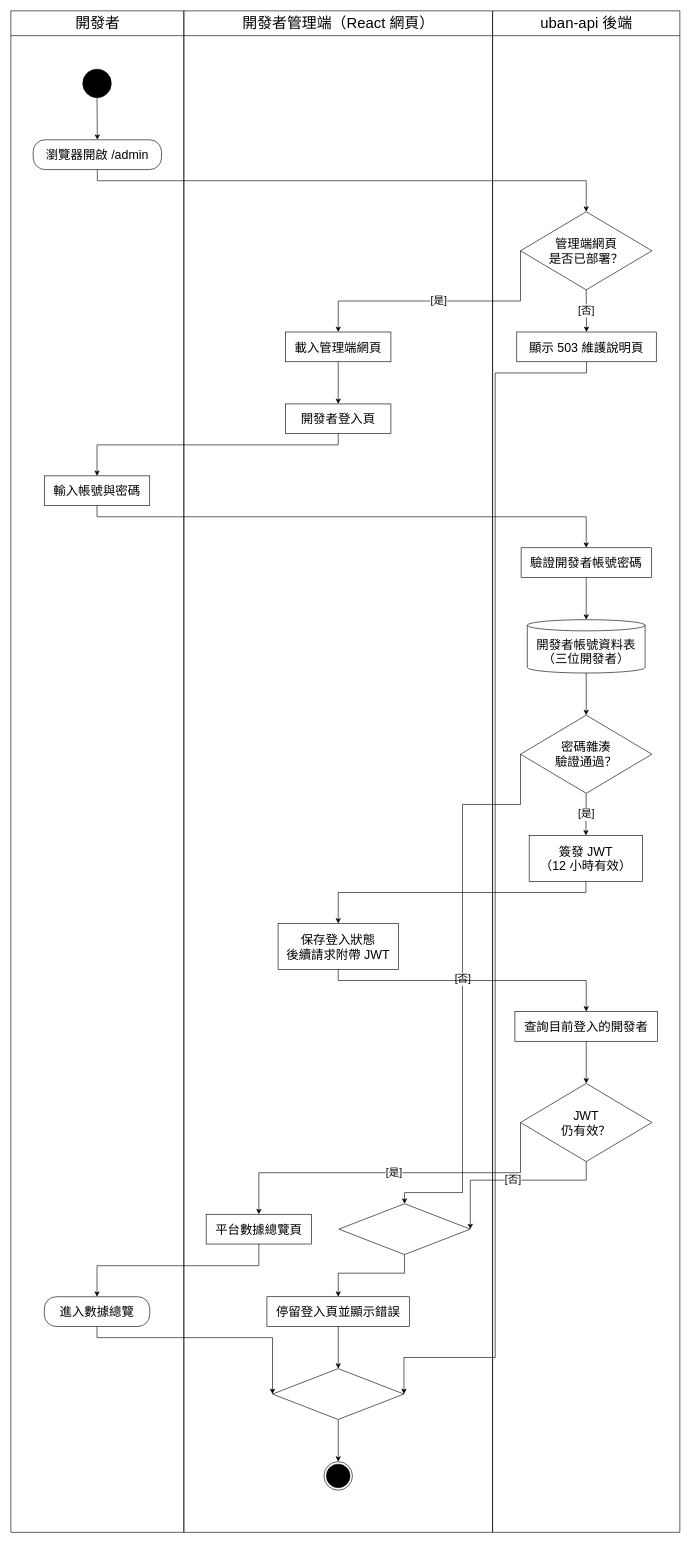
HuangYu-Kai/Uban keeps this draw.io diagram as Uban System Documents/drawio圖/A23-開發者登入.drawio. Above is the earlier version. Source tidied: cells renumbered, new cells numbered last; positions are measured from the earlier drawing's top-left corner, leaving out a move shared by most shapes. Both pictures are drawn from the tidied source at 62%, with x=0, y=0 at pixel (11, 11).
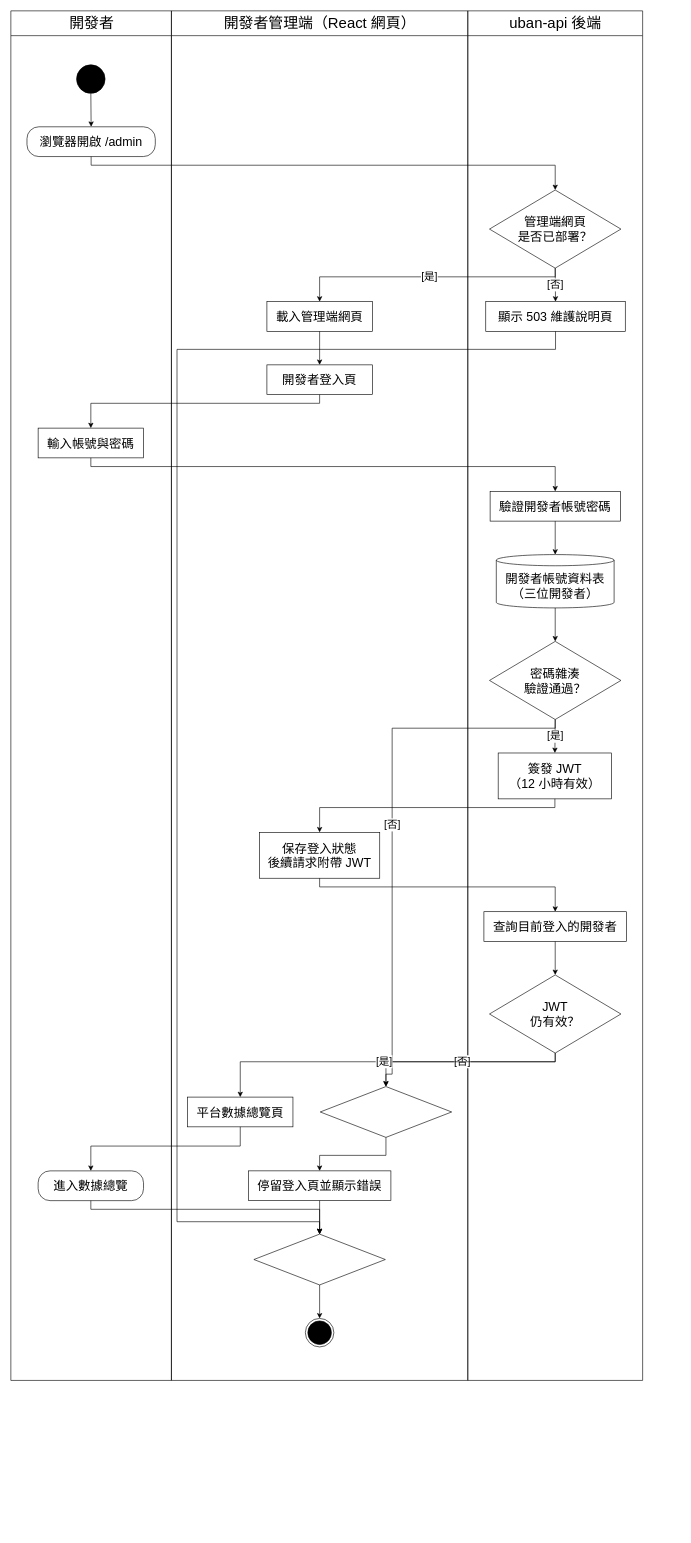
The same page after the edit.

The edit, as a diff of the source:
```diff
@@
     <mxCell id="2" value="開發者" style="swimlane;html=1;horizontal=1;startSize=40;fillColor=none;strokeColor=#000000;fontSize=24;fontColor=#000000;fontStyle=0;swimlaneFillColor=none;" parent="1" vertex="1">
-      <mxGeometry width="279" height="2454" as="geometry" />
+      <mxGeometry width="259" height="2209" as="geometry" />
     </mxCell>
     <mxCell id="3" value="開發者管理端（React 網頁）" style="swimlane;html=1;horizontal=1;startSize=40;fillColor=none;strokeColor=#000000;fontSize=24;fontColor=#000000;fontStyle=0;swimlaneFillColor=none;" parent="1" vertex="1">
-      <mxGeometry x="279" width="498" height="2454" as="geometry" />
+      <mxGeometry x="259" width="478" height="2209" as="geometry" />
     </mxCell>
     <mxCell id="4" value="uban-api 後端" style="swimlane;html=1;horizontal=1;startSize=40;fillColor=none;strokeColor=#000000;fontSize=24;fontColor=#000000;fontStyle=0;swimlaneFillColor=none;" parent="1" vertex="1">
-      <mxGeometry x="777" width="302" height="2454" as="geometry" />
+      <mxGeometry x="737" width="282" height="2209" as="geometry" />
     </mxCell>
     <mxCell id="5" style="ellipse;html=1;fillColor=#000000;strokeColor=#000000;" parent="2" vertex="1">
-      <mxGeometry x="116" y="94" width="46" height="46" as="geometry" />
+      <mxGeometry x="106" y="87" width="46" height="46" as="geometry" />
     </mxCell>
     <mxCell id="6" value="瀏覽器開啟 /admin" style="rounded=1;arcSize=40;whiteSpace=wrap;html=1;fillColor=#FFFFFF;strokeColor=#000000;fontSize=20;fontColor=#000000;" parent="2" vertex="1">
-      <mxGeometry x="36" y="208" width="207" height="48" as="geometry" />
+      <mxGeometry x="26" y="187" width="207" height="48" as="geometry" />
     </mxCell>
     <mxCell id="7" value="輸入帳號與密碼" style="rounded=0;whiteSpace=wrap;html=1;fillColor=#FFFFFF;strokeColor=#000000;fontSize=20;fontColor=#000000;" parent="2" vertex="1">
-      <mxGeometry x="54" y="750" width="170" height="48" as="geometry" />
+      <mxGeometry x="44" y="673" width="170" height="48" as="geometry" />
     </mxCell>
     <mxCell id="8" value="進入數據總覽" style="rounded=1;arcSize=40;whiteSpace=wrap;html=1;fillColor=#FFFFFF;strokeColor=#000000;fontSize=20;fontColor=#000000;" parent="2" vertex="1">
-      <mxGeometry x="54" y="2074" width="170" height="48" as="geometry" />
+      <mxGeometry x="44" y="1871" width="170" height="48" as="geometry" />
     </mxCell>
     <mxCell id="9" value="載入管理端網頁" style="rounded=0;whiteSpace=wrap;html=1;fillColor=#FFFFFF;strokeColor=#000000;fontSize=20;fontColor=#000000;" parent="3" vertex="1">
-      <mxGeometry x="164" y="518" width="170" height="48" as="geometry" />
+      <mxGeometry x="154" y="469" width="170" height="48" as="geometry" />
     </mxCell>
     <mxCell id="10" value="開發者登入頁" style="rounded=0;whiteSpace=wrap;html=1;fillColor=#FFFFFF;strokeColor=#000000;fontSize=20;fontColor=#000000;" parent="3" vertex="1">
-      <mxGeometry x="164" y="634" width="170" height="48" as="geometry" />
+      <mxGeometry x="154" y="571" width="170" height="48" as="geometry" />
     </mxCell>
     <mxCell id="11" value="保存登入狀態&lt;br&gt;後續請求附帶 JWT" style="rounded=0;whiteSpace=wrap;html=1;fillColor=#FFFFFF;strokeColor=#000000;fontSize=20;fontColor=#000000;" parent="3" vertex="1">
-      <mxGeometry x="152" y="1472" width="194" height="74" as="geometry" />
+      <mxGeometry x="142" y="1325" width="194" height="74" as="geometry" />
     </mxCell>
     <mxCell id="12" value="停留登入頁並顯示錯誤" style="rounded=0;whiteSpace=wrap;html=1;fillColor=#FFFFFF;strokeColor=#000000;fontSize=20;fontColor=#000000;" parent="3" vertex="1">
-      <mxGeometry x="134" y="2074" width="230" height="48" as="geometry" />
+      <mxGeometry x="124" y="1871" width="230" height="48" as="geometry" />
     </mxCell>
     <mxCell id="13" value="平台數據總覽頁" style="rounded=0;whiteSpace=wrap;html=1;fillColor=#FFFFFF;strokeColor=#000000;fontSize=20;fontColor=#000000;" parent="3" vertex="1">
-      <mxGeometry x="36" y="1941" width="170" height="48" as="geometry" />
+      <mxGeometry x="26" y="1752" width="170" height="48" as="geometry" />
     </mxCell>
     <mxCell id="14" style="rhombus;whiteSpace=wrap;html=1;fillColor=#FFFFFF;strokeColor=#000000;fontSize=20;fontColor=#000000;" parent="3" vertex="1">
-      <mxGeometry x="250" y="1924" width="212" height="82" as="geometry" />
+      <mxGeometry x="240" y="1735" width="212" height="82" as="geometry" />
     </mxCell>
     <mxCell id="15" style="rhombus;whiteSpace=wrap;html=1;fillColor=#FFFFFF;strokeColor=#000000;fontSize=20;fontColor=#000000;" parent="3" vertex="1">
-      <mxGeometry x="143" y="2190" width="212" height="82" as="geometry" />
+      <mxGeometry x="133" y="1973" width="212" height="82" as="geometry" />
     </mxCell>
     <mxCell id="16" style="ellipse;html=1;shape=endState;fillColor=#000000;strokeColor=#000000;" parent="3" vertex="1">
-      <mxGeometry x="226" y="2340" width="46" height="46" as="geometry" />
+      <mxGeometry x="216" y="2109" width="46" height="46" as="geometry" />
     </mxCell>
     <mxCell id="17" value="管理端網頁&lt;br&gt;是否已部署？" style="rhombus;whiteSpace=wrap;html=1;fillColor=#FFFFFF;strokeColor=#000000;fontSize=20;fontColor=#000000;" parent="4" vertex="1">
-      <mxGeometry x="45" y="324" width="212" height="126" as="geometry" />
+      <mxGeometry x="35" y="289" width="212" height="126" as="geometry" />
     </mxCell>
     <mxCell id="18" value="顯示 503 維護說明頁" style="rounded=0;whiteSpace=wrap;html=1;fillColor=#FFFFFF;strokeColor=#000000;fontSize=20;fontColor=#000000;" parent="4" vertex="1">
-      <mxGeometry x="39" y="518" width="225" height="48" as="geometry" />
+      <mxGeometry x="29" y="469" width="225" height="48" as="geometry" />
     </mxCell>
     <mxCell id="19" value="驗證開發者帳號密碼" style="rounded=0;whiteSpace=wrap;html=1;fillColor=#FFFFFF;strokeColor=#000000;fontSize=20;fontColor=#000000;" parent="4" vertex="1">
-      <mxGeometry x="46" y="866" width="210" height="48" as="geometry" />
+      <mxGeometry x="36" y="775" width="210" height="48" as="geometry" />
     </mxCell>
     <mxCell id="20" value="密碼雜湊&lt;br&gt;驗證通過？" style="rhombus;whiteSpace=wrap;html=1;fillColor=#FFFFFF;strokeColor=#000000;fontSize=20;fontColor=#000000;" parent="4" vertex="1">
-      <mxGeometry x="45" y="1136" width="212" height="126" as="geometry" />
+      <mxGeometry x="35" y="1017" width="212" height="126" as="geometry" />
     </mxCell>
     <mxCell id="21" value="簽發 JWT&lt;br&gt;（12 小時有效）" style="rounded=0;whiteSpace=wrap;html=1;fillColor=#FFFFFF;strokeColor=#000000;fontSize=20;fontColor=#000000;" parent="4" vertex="1">
-      <mxGeometry x="59" y="1330" width="183" height="74" as="geometry" />
+      <mxGeometry x="49" y="1197" width="183" height="74" as="geometry" />
     </mxCell>
     <mxCell id="22" value="查詢目前登入的開發者" style="rounded=0;whiteSpace=wrap;html=1;fillColor=#FFFFFF;strokeColor=#000000;fontSize=20;fontColor=#000000;" parent="4" vertex="1">
-      <mxGeometry x="36" y="1614" width="230" height="48" as="geometry" />
+      <mxGeometry x="26" y="1453" width="230" height="48" as="geometry" />
     </mxCell>
     <mxCell id="23" value="JWT&lt;br&gt;仍有效？" style="rhombus;whiteSpace=wrap;html=1;fillColor=#FFFFFF;strokeColor=#000000;fontSize=20;fontColor=#000000;" parent="4" vertex="1">
-      <mxGeometry x="45" y="1730" width="212" height="126" as="geometry" />
+      <mxGeometry x="35" y="1555" width="212" height="126" as="geometry" />
     </mxCell>
     <mxCell id="24" value="開發者帳號資料表&lt;br&gt;（三位開發者）" style="shape=cylinder3;boundedLbl=1;backgroundOutline=1;size=9;whiteSpace=wrap;html=1;fillColor=#FFFFFF;strokeColor=#000000;fontSize=20;fontColor=#000000;" parent="4" vertex="1">
-      <mxGeometry x="56" y="982" width="190" height="86" as="geometry" />
+      <mxGeometry x="46" y="877" width="190" height="86" as="geometry" />
     </mxCell>
@@
     <mxCell id="26" style="edgeStyle=none;rounded=0;html=1;strokeColor=#000000;fontSize=17;fontColor=#000000;labelBackgroundColor=#FFFFFF;endArrow=classic;endFill=1;exitPerimeter=0;entryPerimeter=0;exitX=0.5;exitY=1;exitDx=0;exitDy=0;entryX=0.5;entryY=0;entryDx=0;entryDy=0;" parent="1" edge="1" source="6" target="17">
       <mxGeometry relative="1" as="geometry">
         <Array as="points">
-          <mxPoint x="139.5" y="274" />
-          <mxPoint x="928" y="274" />
+          <mxPoint x="129.5" y="249" />
+          <mxPoint x="878" y="249" />
         </Array>
       </mxGeometry>
     </mxCell>
@@
-    <mxCell id="28" value="[是]" style="edgeStyle=none;rounded=0;html=1;strokeColor=#000000;fontSize=17;fontColor=#000000;labelBackgroundColor=#FFFFFF;endArrow=classic;endFill=1;exitPerimeter=0;entryPerimeter=0;exitX=0;exitY=0.5;exitDx=0;exitDy=0;entryX=0.5;entryY=0;entryDx=0;entryDy=0;" parent="1" edge="1" source="17" target="9">
+    <mxCell id="28" value="[是]" style="edgeStyle=none;rounded=0;html=1;strokeColor=#000000;fontSize=17;fontColor=#000000;labelBackgroundColor=#FFFFFF;endArrow=classic;endFill=1;exitPerimeter=0;entryPerimeter=0;exitX=0.5;exitY=1;exitDx=0;exitDy=0;entryX=0.5;entryY=0;entryDx=0;entryDy=0;" parent="1" edge="1" source="17" target="9">
       <mxGeometry relative="1" as="geometry">
         <Array as="points">
-          <mxPoint x="822" y="468" />
-          <mxPoint x="528" y="468" />
+          <mxPoint x="878" y="429" />
+          <mxPoint x="498" y="429" />
         </Array>
       </mxGeometry>
     </mxCell>
@@
     <mxCell id="30" style="edgeStyle=none;rounded=0;html=1;strokeColor=#000000;fontSize=17;fontColor=#000000;labelBackgroundColor=#FFFFFF;endArrow=classic;endFill=1;exitPerimeter=0;entryPerimeter=0;exitX=0.5;exitY=1;exitDx=0;exitDy=0;entryX=0.5;entryY=0;entryDx=0;entryDy=0;" parent="1" edge="1" source="10" target="7">
       <mxGeometry relative="1" as="geometry">
         <Array as="points">
-          <mxPoint x="528" y="700" />
-          <mxPoint x="139" y="700" />
+          <mxPoint x="498" y="633" />
+          <mxPoint x="129" y="633" />
         </Array>
       </mxGeometry>
     </mxCell>
     <mxCell id="31" style="edgeStyle=none;rounded=0;html=1;strokeColor=#000000;fontSize=17;fontColor=#000000;labelBackgroundColor=#FFFFFF;endArrow=classic;endFill=1;exitPerimeter=0;entryPerimeter=0;exitX=0.5;exitY=1;exitDx=0;exitDy=0;entryX=0.5;entryY=0;entryDx=0;entryDy=0;" parent="1" edge="1" source="7" target="19">
       <mxGeometry relative="1" as="geometry">
         <Array as="points">
-          <mxPoint x="139" y="816" />
-          <mxPoint x="928" y="816" />
+          <mxPoint x="129" y="735" />
+          <mxPoint x="878" y="735" />
         </Array>
       </mxGeometry>
     </mxCell>
@@
-    <mxCell id="34" value="[否]" style="edgeStyle=none;rounded=0;html=1;strokeColor=#000000;fontSize=17;fontColor=#000000;labelBackgroundColor=#FFFFFF;endArrow=classic;endFill=1;exitPerimeter=0;entryPerimeter=0;exitX=0;exitY=0.5;exitDx=0;exitDy=0;entryX=0.5;entryY=0;entryDx=0;entryDy=0;" parent="1" edge="1" source="20" target="14">
+    <mxCell id="34" value="[否]" style="edgeStyle=none;rounded=0;html=1;strokeColor=#000000;fontSize=17;fontColor=#000000;labelBackgroundColor=#FFFFFF;endArrow=classic;endFill=1;exitPerimeter=0;entryPerimeter=0;exitX=0.5;exitY=1;exitDx=0;exitDy=0;entryX=0.5;entryY=0;entryDx=0;entryDy=0;" parent="1" edge="1" source="20" target="14">
       <mxGeometry relative="1" as="geometry">
         <Array as="points">
-          <mxPoint x="822" y="1280" />
-          <mxPoint x="728.5" y="1280" />
-          <mxPoint x="728.5" y="1906" />
-          <mxPoint x="635" y="1906" />
+          <mxPoint x="878" y="1157" />
+          <mxPoint x="615" y="1157" />
+          <mxPoint x="615" y="1715" />
+          <mxPoint x="605" y="1715" />
         </Array>
       </mxGeometry>
     </mxCell>
@@
     <mxCell id="36" style="edgeStyle=none;rounded=0;html=1;strokeColor=#000000;fontSize=17;fontColor=#000000;labelBackgroundColor=#FFFFFF;endArrow=classic;endFill=1;exitPerimeter=0;entryPerimeter=0;exitX=0.5;exitY=1;exitDx=0;exitDy=0;entryX=0.5;entryY=0;entryDx=0;entryDy=0;" parent="1" edge="1" source="21" target="11">
       <mxGeometry relative="1" as="geometry">
         <Array as="points">
-          <mxPoint x="927.5" y="1422" />
-          <mxPoint x="528" y="1422" />
+          <mxPoint x="877.5" y="1285" />
+          <mxPoint x="498" y="1285" />
         </Array>
       </mxGeometry>
     </mxCell>
     <mxCell id="37" style="edgeStyle=none;rounded=0;html=1;strokeColor=#000000;fontSize=17;fontColor=#000000;labelBackgroundColor=#FFFFFF;endArrow=classic;endFill=1;exitPerimeter=0;entryPerimeter=0;exitX=0.5;exitY=1;exitDx=0;exitDy=0;entryX=0.5;entryY=0;entryDx=0;entryDy=0;" parent="1" edge="1" source="11" target="22">
       <mxGeometry relative="1" as="geometry">
         <Array as="points">
-          <mxPoint x="528" y="1564" />
-          <mxPoint x="928" y="1564" />
+          <mxPoint x="498" y="1413" />
+          <mxPoint x="878" y="1413" />
         </Array>
       </mxGeometry>
     </mxCell>
@@
-    <mxCell id="39" value="[否]" style="edgeStyle=none;rounded=0;html=1;strokeColor=#000000;fontSize=17;fontColor=#000000;labelBackgroundColor=#FFFFFF;endArrow=classic;endFill=1;exitPerimeter=0;entryPerimeter=0;exitX=0.5;exitY=1;exitDx=0;exitDy=0;entryX=1;entryY=0.5;entryDx=0;entryDy=0;" parent="1" edge="1" source="23" target="14">
+    <mxCell id="39" value="[否]" style="edgeStyle=none;rounded=0;html=1;strokeColor=#000000;fontSize=17;fontColor=#000000;labelBackgroundColor=#FFFFFF;endArrow=classic;endFill=1;exitPerimeter=0;entryPerimeter=0;exitX=0.5;exitY=1;exitDx=0;exitDy=0;entryX=0.5;entryY=0;entryDx=0;entryDy=0;" parent="1" edge="1" source="23" target="14">
       <mxGeometry relative="1" as="geometry">
         <Array as="points">
-          <mxPoint x="928" y="1886" />
-          <mxPoint x="741" y="1886" />
+          <mxPoint x="878" y="1695" />
+          <mxPoint x="605" y="1695" />
         </Array>
       </mxGeometry>
     </mxCell>
-    <mxCell id="40" value="[是]" style="edgeStyle=none;rounded=0;html=1;strokeColor=#000000;fontSize=17;fontColor=#000000;labelBackgroundColor=#FFFFFF;endArrow=classic;endFill=1;exitPerimeter=0;entryPerimeter=0;exitX=0;exitY=0.5;exitDx=0;exitDy=0;entryX=0.5;entryY=0;entryDx=0;entryDy=0;" parent="1" edge="1" source="23" target="13">
+    <mxCell id="40" value="[是]" style="edgeStyle=none;rounded=0;html=1;strokeColor=#000000;fontSize=17;fontColor=#000000;labelBackgroundColor=#FFFFFF;endArrow=classic;endFill=1;exitPerimeter=0;entryPerimeter=0;exitX=0.5;exitY=1;exitDx=0;exitDy=0;entryX=0.5;entryY=0;entryDx=0;entryDy=0;" parent="1" edge="1" source="23" target="13">
       <mxGeometry relative="1" as="geometry">
         <Array as="points">
-          <mxPoint x="822" y="1874" />
-          <mxPoint x="400" y="1874" />
+          <mxPoint x="878" y="1695" />
+          <mxPoint x="370" y="1695" />
         </Array>
       </mxGeometry>
     </mxCell>
     <mxCell id="41" style="edgeStyle=none;rounded=0;html=1;strokeColor=#000000;fontSize=17;fontColor=#000000;labelBackgroundColor=#FFFFFF;endArrow=classic;endFill=1;exitPerimeter=0;entryPerimeter=0;exitX=0.5;exitY=1;exitDx=0;exitDy=0;entryX=0.5;entryY=0;entryDx=0;entryDy=0;" parent="1" edge="1" source="13" target="8">
       <mxGeometry relative="1" as="geometry">
         <Array as="points">
-          <mxPoint x="400" y="2024" />
-          <mxPoint x="139" y="2024" />
+          <mxPoint x="370" y="1831" />
+          <mxPoint x="129" y="1831" />
         </Array>
       </mxGeometry>
     </mxCell>
-    <mxCell id="42" style="edgeStyle=none;rounded=0;html=1;strokeColor=#000000;fontSize=17;fontColor=#000000;labelBackgroundColor=#FFFFFF;endArrow=classic;endFill=1;exitPerimeter=0;entryPerimeter=0;exitX=0.5;exitY=1;exitDx=0;exitDy=0;entryX=0;entryY=0.5;entryDx=0;entryDy=0;" parent="1" edge="1" source="8" target="15">
+    <mxCell id="42" style="edgeStyle=none;rounded=0;html=1;strokeColor=#000000;fontSize=17;fontColor=#000000;labelBackgroundColor=#FFFFFF;endArrow=classic;endFill=1;exitPerimeter=0;entryPerimeter=0;exitX=0.5;exitY=1;exitDx=0;exitDy=0;entryX=0.5;entryY=0;entryDx=0;entryDy=0;" parent="1" edge="1" source="8" target="15">
       <mxGeometry relative="1" as="geometry">
         <Array as="points">
-          <mxPoint x="139" y="2140" />
-          <mxPoint x="422" y="2140" />
+          <mxPoint x="129" y="1933" />
+          <mxPoint x="498" y="1933" />
         </Array>
       </mxGeometry>
     </mxCell>
@@
-    <mxCell id="44" style="edgeStyle=none;rounded=0;html=1;strokeColor=#000000;fontSize=17;fontColor=#000000;labelBackgroundColor=#FFFFFF;endArrow=classic;endFill=1;exitPerimeter=0;entryPerimeter=0;exitX=0.5;exitY=1;exitDx=0;exitDy=0;entryX=1;entryY=0.5;entryDx=0;entryDy=0;" parent="1" edge="1" source="18" target="15">
+    <mxCell id="44" style="edgeStyle=none;rounded=0;html=1;strokeColor=#000000;fontSize=17;fontColor=#000000;labelBackgroundColor=#FFFFFF;endArrow=classic;endFill=1;exitPerimeter=0;entryPerimeter=0;exitX=0.5;exitY=1;exitDx=0;exitDy=0;entryX=0.5;entryY=0;entryDx=0;entryDy=0;" parent="1" edge="1" source="18" target="15">
       <mxGeometry relative="1" as="geometry">
         <Array as="points">
-          <mxPoint x="928.5" y="584" />
-          <mxPoint x="781.2" y="584" />
-          <mxPoint x="781.2" y="2172" />
-          <mxPoint x="634" y="2172" />
+          <mxPoint x="878.5" y="546" />
+          <mxPoint x="268" y="546" />
+          <mxPoint x="268" y="1953" />
+          <mxPoint x="498" y="1953" />
         </Array>
       </mxGeometry>
     </mxCell>
     <mxCell id="45" style="edgeStyle=none;rounded=0;html=1;strokeColor=#000000;fontSize=17;fontColor=#000000;labelBackgroundColor=#FFFFFF;endArrow=classic;endFill=1;exitPerimeter=0;entryPerimeter=0;exitX=0.5;exitY=1;exitDx=0;exitDy=0;entryX=0.5;entryY=0;entryDx=0;entryDy=0;" parent="1" edge="1" source="14" target="12">
       <mxGeometry relative="1" as="geometry">
         <Array as="points">
-          <mxPoint x="635" y="2036" />
-          <mxPoint x="528" y="2036" />
+          <mxPoint x="605" y="1846" />
+          <mxPoint x="498" y="1846" />
         </Array>
       </mxGeometry>
     </mxCell>
```
